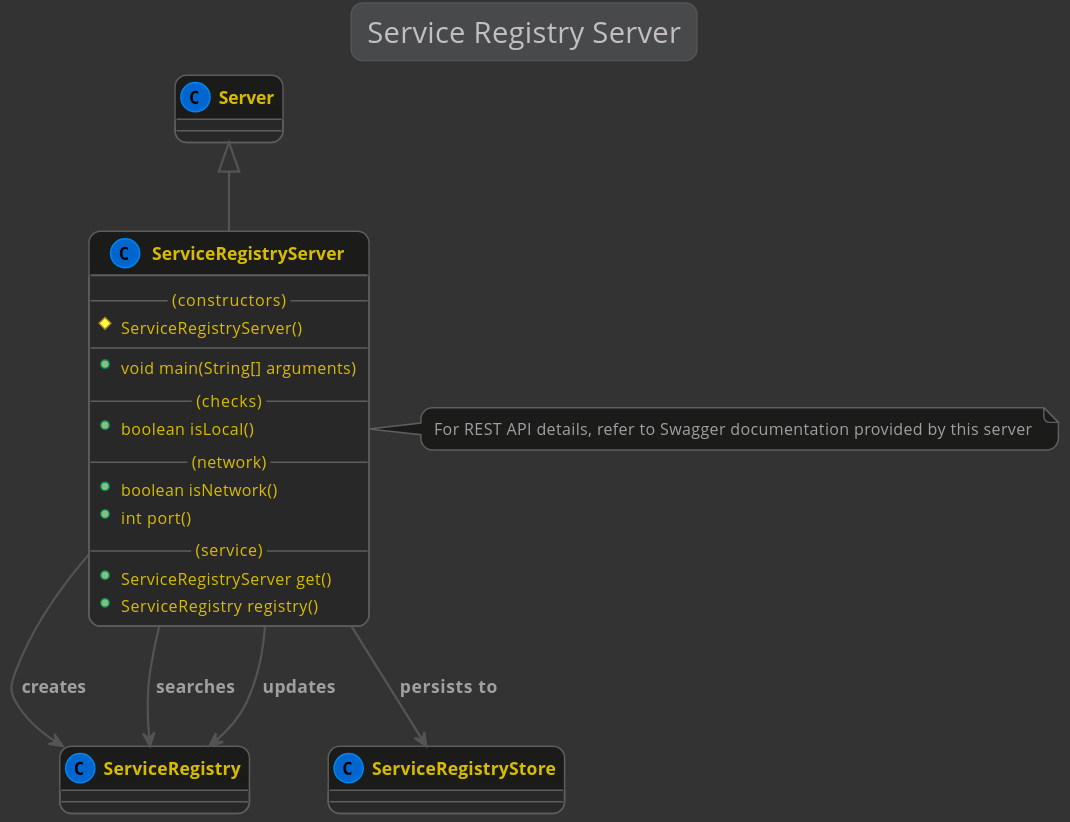
Telenav/kivakit keeps this PlantUML diagram as kivakit-service/server/documentation/diagrams/diagram-server.svg. Above is the earlier version. The source it was exported from:
```plantuml
@startuml

    !include ../lexakai/lexakai.theme

    title "Service Registry Server"

    Server <|-- ServiceRegistryServer
    ServiceRegistryServer --> ServiceRegistry : "creates"
    ServiceRegistryServer --> ServiceRegistry : "searches"
    ServiceRegistryServer --> ServiceRegistry : "updates"
    ServiceRegistryServer --> ServiceRegistryStore : "persists to"
    note right of ServiceRegistryServer
        For REST API details, refer to Swagger documentation provided by this server
    endnote
    class ServiceRegistryServer
    {
        --(constructors)--
        #ServiceRegistryServer()
        --
        +void main(String[] arguments)
        --(checks)--
        +boolean isLocal()
        --(network)--
        +boolean isNetwork()
        +int port()
        --(service)--
        +ServiceRegistryServer get()
        +ServiceRegistry registry()
    }

@enduml
```
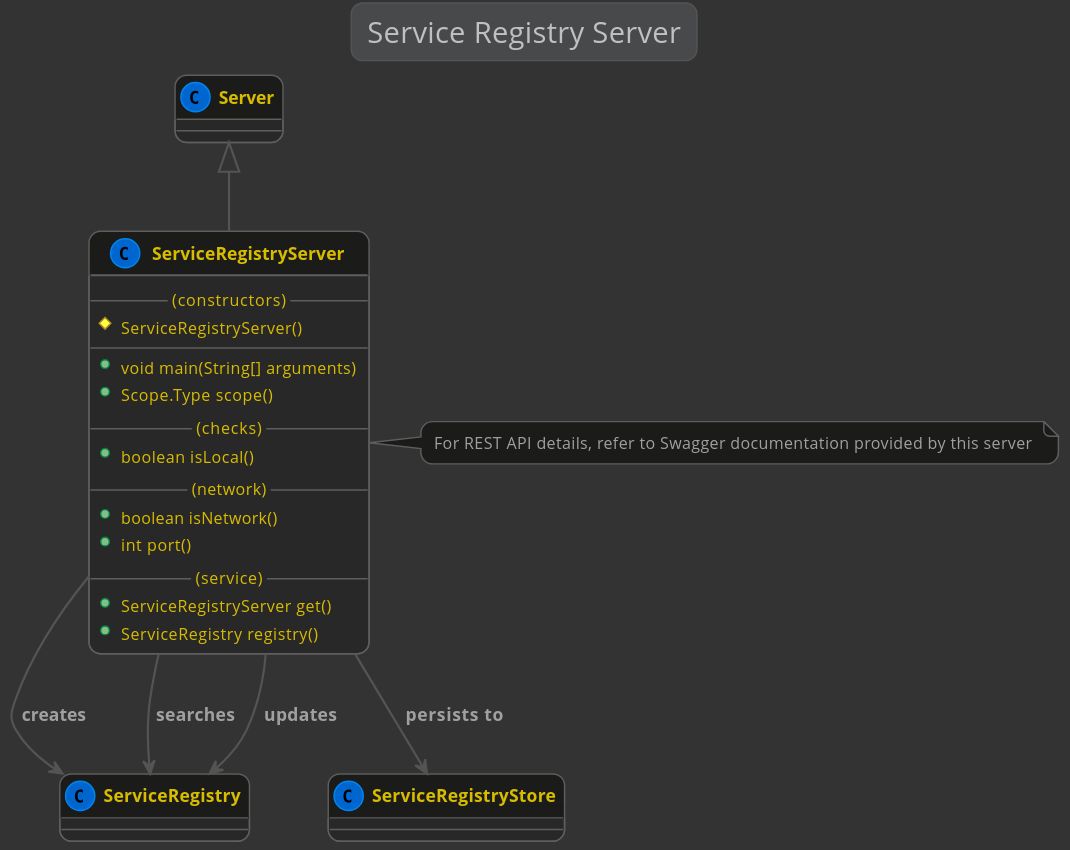
The same file after the commit.

Diff of the diagram source:
```diff
@@ -18,6 +18,7 @@
         #ServiceRegistryServer()
         --
         +void main(String[] arguments)
+        +Scope.Type scope()
         --(checks)--
         +boolean isLocal()
         --(network)--
```
